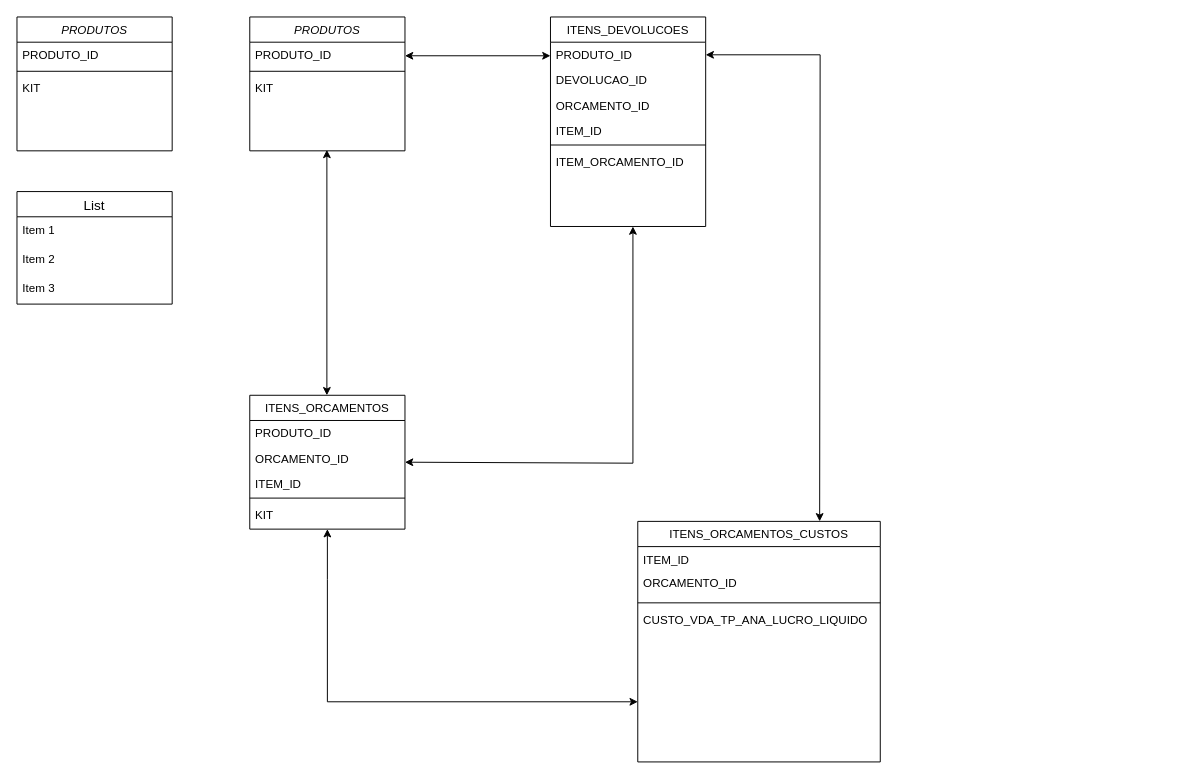
code-a11ly/Draw.io keeps this draw.io diagram as schemaJCruzeiro.drawio. Above is the earlier version. Source tidied: cells renumbered, new cells numbered last; positions are measured from the earlier drawing's top-left corner, leaving out a move shared by most shapes. Both pictures are drawn from the tidied source at 97%, with x=0, y=0 at pixel (16, 16).
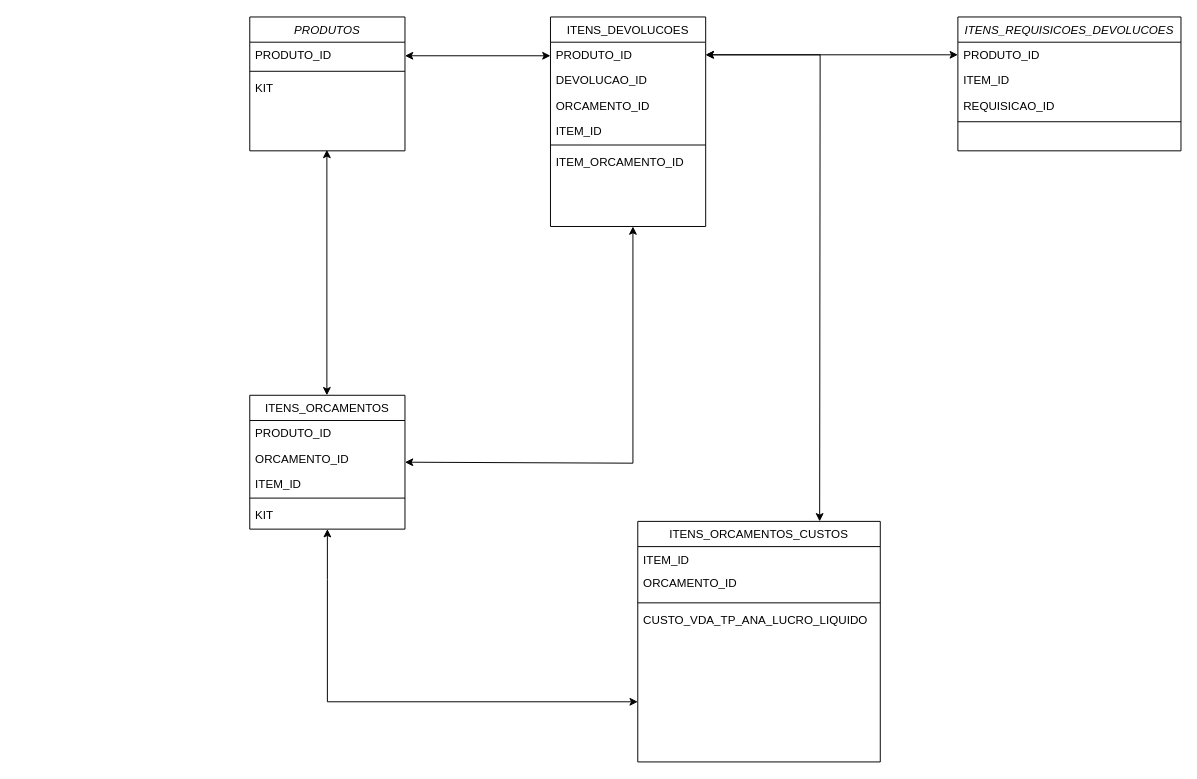
After the change.

Unchanged cells that the change refers to:
```xml
<mxCell id="18" value="PRODUTO_ID" style="text;align=left;verticalAlign=top;spacingLeft=4;spacingRight=4;overflow=hidden;points=[[0,0.5],[1,0.5]];portConstraint=eastwest;rounded=0;shadow=0;html=0;" parent="17" vertex="1">
  <mxGeometry y="26" width="160" height="26" as="geometry" />
</mxCell>
```

What changed in the source:
```diff
@@
-    <mxCell id="29" value="PRODUTOS" style="swimlane;fontStyle=2;align=center;verticalAlign=top;horizontal=1;startSize=26;rounded=0;shadow=0;strokeWidth=1;" parent="1" vertex="1">
-      <mxGeometry width="160" height="138" as="geometry" />
+    <mxCell id="29" value="ITENS_REQUISICOES_DEVOLUCOES" style="swimlane;fontStyle=2;align=center;verticalAlign=top;horizontal=1;startSize=26;rounded=0;shadow=0;strokeWidth=1;" parent="1" vertex="1">
+      <mxGeometry x="970" width="230" height="138" as="geometry" />
     </mxCell>
     <mxCell id="30" value="PRODUTO_ID" style="text;align=left;verticalAlign=top;spacingLeft=4;spacingRight=4;overflow=hidden;points=[[0,0.5],[1,0.5]];portConstraint=eastwest;" parent="29" vertex="1">
-      <mxGeometry y="26" width="160" height="26" as="geometry" />
+      <mxGeometry y="26" width="230" height="26" as="geometry" />
     </mxCell>
+    <mxCell id="32" value="ITEM_ID" style="text;align=left;verticalAlign=top;spacingLeft=4;spacingRight=4;overflow=hidden;rounded=0;shadow=0;html=0;" parent="29" vertex="1">
+      <mxGeometry y="52" width="230" height="26" as="geometry" />
+    </mxCell>
+    <mxCell id="37" value="REQUISICAO_ID" style="text;align=left;verticalAlign=top;spacingLeft=4;spacingRight=4;overflow=hidden;rounded=0;shadow=0;html=0;" parent="29" vertex="1">
+      <mxGeometry y="78" width="230" height="26" as="geometry" />
+    </mxCell>
     <mxCell id="31" style="line;html=1;strokeWidth=1;align=left;verticalAlign=middle;spacingTop=-1;spacingLeft=3;spacingRight=3;labelPosition=right;" parent="29" vertex="1">
-      <mxGeometry y="52" width="160" height="8" as="geometry" />
+      <mxGeometry y="104" width="230" height="8" as="geometry" />
     </mxCell>
-    <mxCell id="32" value="KIT" style="text;align=left;verticalAlign=top;spacingLeft=4;spacingRight=4;overflow=hidden;rounded=0;shadow=0;html=0;" parent="29" vertex="1">
-      <mxGeometry y="60" width="160" height="26" as="geometry" />
-    </mxCell>
-    <mxCell id="33" value="List" style="swimlane;fontStyle=0;horizontal=1;startSize=26;align=center;fontSize=14;" parent="1" vertex="1">
-      <mxGeometry y="180" width="160" height="116" as="geometry" />
-    </mxCell>
-    <mxCell id="34" value="Item 1" style="text;strokeColor=none;fillColor=none;spacingLeft=4;spacingRight=4;overflow=hidden;fontSize=12;whiteSpace=wrap;html=1;" parent="33" vertex="1">
-      <mxGeometry y="26" width="160" height="30" as="geometry" />
-    </mxCell>
-    <mxCell id="35" value="Item 2" style="text;strokeColor=none;fillColor=none;spacingLeft=4;spacingRight=4;overflow=hidden;fontSize=12;whiteSpace=wrap;html=1;" parent="33" vertex="1">
-      <mxGeometry y="56" width="160" height="30" as="geometry" />
-    </mxCell>
-    <mxCell id="36" value="Item 3" style="text;strokeColor=none;fillColor=none;spacingLeft=4;spacingRight=4;overflow=hidden;fontSize=12;whiteSpace=wrap;html=1;" parent="33" vertex="1">
-      <mxGeometry y="86" width="160" height="30" as="geometry" />
-    </mxCell>
+    <mxCell id="38" style="endArrow=classic;startArrow=classic;html=1;rounded=0;entryX=0;entryY=0.5;entryDx=0;entryDy=0;exitX=1;exitY=0.5;exitDx=0;exitDy=0;" parent="1" edge="1" source="18" target="30">
+      <mxGeometry relative="1" as="geometry" />
+    </mxCell>
```
